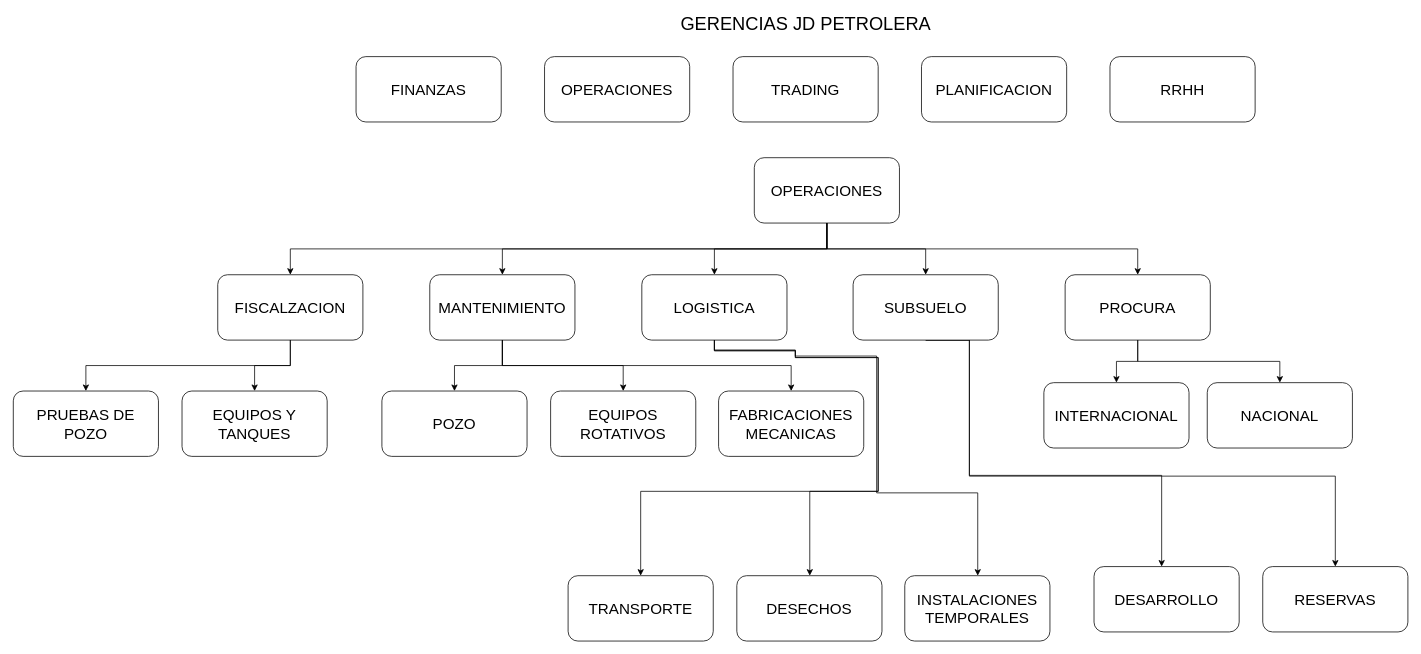
Before: page "OPS" (3 of 6) of estructura_jd_petrolera.drawio in joselara112/diagrams, a draw.io diagram. Source tidied: cells renumbered, new cells numbered last; positions are measured from the earlier drawing's top-left corner, leaving out a move shared by most shapes. Both pictures are drawn from the tidied source at 76%, with x=0, y=0 at pixel (13, 16).
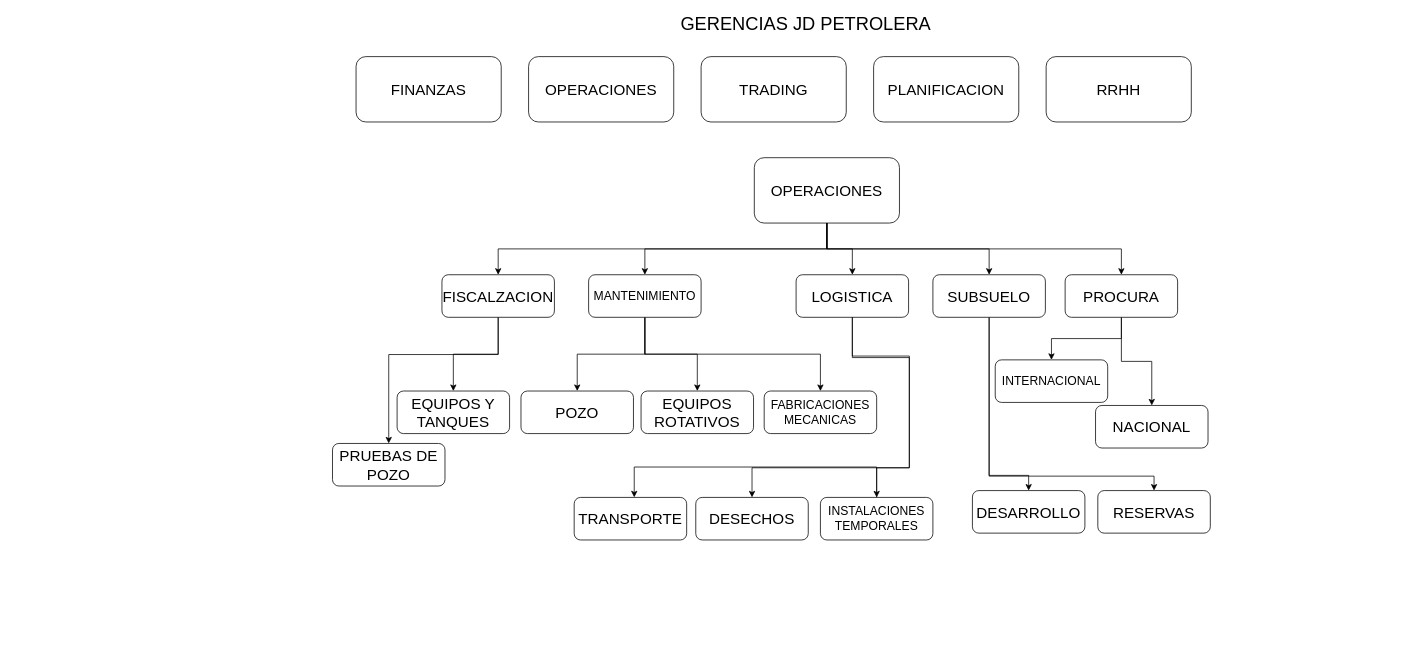
Above is the later version.

Change to the diagram source:
```diff
@@
-    <mxCell id="2" value="&lt;font style=&quot;font-size: 20px&quot;&gt;OPERACIONES&lt;/font&gt;" style="rounded=1;whiteSpace=wrap;html=1;" parent="1" vertex="1">
-      <mxGeometry x="699" y="53" width="191" height="86" as="geometry" />
-    </mxCell>
@@
-    <mxCell id="10" value="&lt;font style=&quot;font-size: 20px&quot;&gt;TRADING&lt;/font&gt;" style="rounded=1;whiteSpace=wrap;html=1;" parent="1" vertex="1">
-      <mxGeometry x="947" y="53" width="191" height="86" as="geometry" />
-    </mxCell>
-    <mxCell id="11" value="&lt;font style=&quot;font-size: 20px&quot;&gt;PLANIFICACION&lt;/font&gt;" style="rounded=1;whiteSpace=wrap;html=1;" parent="1" vertex="1">
-      <mxGeometry x="1195" y="53" width="191" height="86" as="geometry" />
-    </mxCell>
-    <mxCell id="12" value="&lt;font style=&quot;font-size: 20px&quot;&gt;RRHH&lt;/font&gt;" style="rounded=1;whiteSpace=wrap;html=1;" parent="1" vertex="1">
-      <mxGeometry x="1443" y="53" width="191" height="86" as="geometry" />
-    </mxCell>
@@
-    <mxCell id="17" value="&lt;font style=&quot;font-size: 20px&quot;&gt;MANTENIMIENTO&lt;/font&gt;" style="rounded=1;whiteSpace=wrap;html=1;" parent="1" vertex="1">
-      <mxGeometry x="548" y="340" width="191" height="86" as="geometry" />
+    <mxCell id="17" value="&lt;font style=&quot;font-size: 16px;&quot;&gt;MANTENIMIENTO&lt;/font&gt;" style="rounded=1;whiteSpace=wrap;html=1;labelBorderColor=none;fontSize=16;" parent="1" vertex="1">
+      <mxGeometry x="757" y="340" width="148" height="56" as="geometry" />
     </mxCell>
     <mxCell id="18" value="&lt;span style=&quot;font-size: 20px&quot;&gt;NACIONAL&lt;/span&gt;" style="rounded=1;whiteSpace=wrap;html=1;" parent="1" vertex="1">
-      <mxGeometry x="1571" y="482" width="191" height="86" as="geometry" />
+      <mxGeometry x="1424" y="512" width="148" height="56" as="geometry" />
     </mxCell>
     <mxCell id="19" value="&lt;font style=&quot;font-size: 20px&quot;&gt;LOGISTICA&lt;/font&gt;" style="rounded=1;whiteSpace=wrap;html=1;" parent="1" vertex="1">
-      <mxGeometry x="827" y="340" width="191" height="86" as="geometry" />
+      <mxGeometry x="1030" y="340" width="148" height="56" as="geometry" />
     </mxCell>
@@
     <mxCell id="21" value="&lt;font style=&quot;font-size: 20px&quot;&gt;PROCURA&lt;/font&gt;" style="rounded=1;whiteSpace=wrap;html=1;" parent="1" vertex="1">
-      <mxGeometry x="1384" y="340" width="191" height="86" as="geometry" />
+      <mxGeometry x="1384" y="340" width="148" height="56" as="geometry" />
     </mxCell>
-    <mxCell id="22" value="&lt;font style=&quot;font-size: 20px&quot;&gt;FINANZAS&lt;/font&gt;" style="rounded=1;whiteSpace=wrap;html=1;" parent="1" vertex="1">
-      <mxGeometry x="451" y="53" width="191" height="86" as="geometry" />
-    </mxCell>
     <mxCell id="23" style="edgeStyle=orthogonalEdgeStyle;rounded=0;jettySize=auto;html=1;exitX=0.5;exitY=1;exitDx=0;exitDy=0;" parent="1" edge="1" source="25" target="42">
-      <mxGeometry relative="1" as="geometry" />
+      <mxGeometry relative="1" as="geometry">
+        <Array as="points">
+          <mxPoint x="638" y="445" />
+          <mxPoint x="494" y="445" />
+        </Array>
+      </mxGeometry>
     </mxCell>
@@
     <mxCell id="25" value="&lt;font style=&quot;font-size: 20px&quot;&gt;FISCALZACION&lt;/font&gt;" style="rounded=1;whiteSpace=wrap;html=1;" parent="1" vertex="1">
-      <mxGeometry x="269" y="340" width="191" height="86" as="geometry" />
+      <mxGeometry x="564" y="340" width="148" height="56" as="geometry" />
     </mxCell>
     <mxCell id="26" style="edgeStyle=orthogonalEdgeStyle;rounded=0;jettySize=auto;html=1;exitX=0.5;exitY=1;exitDx=0;exitDy=0;" parent="1" edge="1" source="28" target="39">
       <mxGeometry relative="1" as="geometry">
         <Array as="points">
-          <mxPoint x="1258" y="604" />
-          <mxPoint x="1511" y="604" />
+          <mxPoint x="1284" y="604" />
+          <mxPoint x="1336" y="604" />
         </Array>
       </mxGeometry>
     </mxCell>
     <mxCell id="27" style="edgeStyle=orthogonalEdgeStyle;rounded=0;jettySize=auto;html=1;exitX=0.5;exitY=1;exitDx=0;exitDy=0;entryX=0.5;entryY=0;entryDx=0;entryDy=0;" parent="1" edge="1" source="28" target="40">
       <mxGeometry relative="1" as="geometry">
         <Array as="points">
-          <mxPoint x="1258" y="605" />
-          <mxPoint x="1740" y="605" />
+          <mxPoint x="1284" y="605" />
+          <mxPoint x="1501" y="605" />
         </Array>
       </mxGeometry>
     </mxCell>
     <mxCell id="28" value="&lt;span style=&quot;font-size: 20px&quot;&gt;SUBSUELO&lt;/span&gt;" style="rounded=1;whiteSpace=wrap;html=1;" parent="1" vertex="1">
-      <mxGeometry x="1105" y="340" width="191" height="86" as="geometry" />
+      <mxGeometry x="1210" y="340" width="148" height="56" as="geometry" />
     </mxCell>
-    <mxCell id="29" value="&lt;font style=&quot;font-size: 20px&quot;&gt;FABRICACIONES MECANICAS&lt;/font&gt;" style="rounded=1;whiteSpace=wrap;html=1;" parent="1" vertex="1">
-      <mxGeometry x="928" y="493" width="191" height="86" as="geometry" />
+    <mxCell id="29" value="&lt;font style=&quot;font-size: 16px;&quot;&gt;FABRICACIONES MECANICAS&lt;/font&gt;" style="rounded=1;whiteSpace=wrap;html=1;labelBorderColor=none;fontSize=16;" parent="1" vertex="1">
+      <mxGeometry x="988" y="493" width="148" height="56" as="geometry" />
     </mxCell>
     <mxCell id="30" value="&lt;font style=&quot;font-size: 20px&quot;&gt;EQUIPOS ROTATIVOS&lt;/font&gt;" style="rounded=1;whiteSpace=wrap;html=1;" parent="1" vertex="1">
-      <mxGeometry x="707" y="493" width="191" height="86" as="geometry" />
+      <mxGeometry x="826" y="493" width="148" height="56" as="geometry" />
     </mxCell>
     <mxCell id="31" value="&lt;font style=&quot;font-size: 20px&quot;&gt;POZO&lt;/font&gt;" style="rounded=1;whiteSpace=wrap;html=1;" parent="1" vertex="1">
-      <mxGeometry x="485" y="493" width="191" height="86" as="geometry" />
+      <mxGeometry x="668" y="493" width="148" height="56" as="geometry" />
     </mxCell>
-    <mxCell id="32" style="edgeStyle=orthogonalEdgeStyle;rounded=0;jettySize=auto;html=1;exitX=0.5;exitY=1;exitDx=0;exitDy=0;entryX=0.5;entryY=0;entryDx=0;entryDy=0;" parent="1" edge="1" source="19" target="37">
-      <mxGeometry relative="1" as="geometry">
-        <Array as="points">
-          <mxPoint x="923" y="440" />
-          <mxPoint x="1029" y="440" />
-          <mxPoint x="1029" y="449" />
-          <mxPoint x="1138" y="449" />
-          <mxPoint x="1138" y="625" />
-          <mxPoint x="826" y="625" />
-        </Array>
-      </mxGeometry>
-    </mxCell>
-    <mxCell id="33" style="edgeStyle=orthogonalEdgeStyle;rounded=0;jettySize=auto;html=1;exitX=0.5;exitY=1;exitDx=0;exitDy=0;" parent="1" edge="1" source="19" target="36">
+    <mxCell id="33" style="edgeStyle=orthogonalEdgeStyle;rounded=0;jettySize=auto;html=1;exitX=0.5;exitY=1;exitDx=0;exitDy=0;entryX=0.5;entryY=0;entryDx=0;entryDy=0;" parent="1" edge="1" source="19" target="36">
       <mxGeometry relative="1" as="geometry">
         <Array as="points">
-          <mxPoint x="923" y="440" />
-          <mxPoint x="1029" y="440" />
-          <mxPoint x="1029" y="449" />
-          <mxPoint x="1138" y="449" />
-          <mxPoint x="1138" y="625" />
-          <mxPoint x="1048" y="625" />
+          <mxPoint x="1104" y="449" />
+          <mxPoint x="1179" y="449" />
+          <mxPoint x="1179" y="594" />
+          <mxPoint x="972" y="594" />
         </Array>
       </mxGeometry>
     </mxCell>
-    <mxCell id="34" style="edgeStyle=orthogonalEdgeStyle;rounded=0;jettySize=auto;html=1;exitX=0.5;exitY=1;exitDx=0;exitDy=0;" parent="1" edge="1" source="19" target="35">
+    <mxCell id="34" style="edgeStyle=orthogonalEdgeStyle;rounded=0;jettySize=auto;html=1;exitX=0.5;exitY=1;exitDx=0;exitDy=0;entryX=0.5;entryY=0;entryDx=0;entryDy=0;" parent="1" edge="1" source="19" target="35">
       <mxGeometry relative="1" as="geometry">
         <Array as="points">
-          <mxPoint x="923" y="439" />
-          <mxPoint x="1029" y="439" />
-          <mxPoint x="1029" y="447" />
-          <mxPoint x="1136" y="447" />
-          <mxPoint x="1136" y="627" />
-          <mxPoint x="1269" y="627" />
+          <mxPoint x="1104" y="447" />
+          <mxPoint x="1179" y="447" />
+          <mxPoint x="1179" y="594" />
+          <mxPoint x="1136" y="594" />
         </Array>
       </mxGeometry>
     </mxCell>
+    <mxCell id="43" style="edgeStyle=orthogonalEdgeStyle;rounded=0;jettySize=auto;html=1;fontSize=16;entryX=0.534;entryY=-0.002;entryDx=0;entryDy=0;entryPerimeter=0;" parent="1" edge="1" source="35" target="37">
+      <mxGeometry relative="1" as="geometry">
+        <Array as="points">
+          <mxPoint x="1136" y="593" />
+          <mxPoint x="817" y="593" />
+        </Array>
+      </mxGeometry>
+    </mxCell>
-    <mxCell id="35" value="&lt;font style=&quot;font-size: 20px&quot;&gt;INSTALACIONES TEMPORALES&lt;/font&gt;" style="rounded=1;whiteSpace=wrap;html=1;" parent="1" vertex="1">
-      <mxGeometry x="1173" y="736" width="191" height="86" as="geometry" />
+    <mxCell id="35" value="&lt;font style=&quot;font-size: 16px;&quot;&gt;INSTALACIONES TEMPORALES&lt;/font&gt;" style="rounded=1;whiteSpace=wrap;html=1;labelBorderColor=none;fontSize=16;" parent="1" vertex="1">
+      <mxGeometry x="1062" y="633" width="148" height="56" as="geometry" />
     </mxCell>
     <mxCell id="36" value="&lt;font style=&quot;font-size: 20px&quot;&gt;DESECHOS&lt;/font&gt;" style="rounded=1;whiteSpace=wrap;html=1;" parent="1" vertex="1">
-      <mxGeometry x="952" y="736" width="191" height="86" as="geometry" />
+      <mxGeometry x="898" y="633" width="148" height="56" as="geometry" />
     </mxCell>
     <mxCell id="37" value="&lt;font style=&quot;font-size: 20px&quot;&gt;TRANSPORTE&lt;/font&gt;" style="rounded=1;whiteSpace=wrap;html=1;" parent="1" vertex="1">
-      <mxGeometry x="730" y="736" width="191" height="86" as="geometry" />
+      <mxGeometry x="738" y="633" width="148" height="56" as="geometry" />
     </mxCell>
-    <mxCell id="38" value="&lt;span style=&quot;font-size: 20px&quot;&gt;INTERNACIONAL&lt;/span&gt;" style="rounded=1;whiteSpace=wrap;html=1;" parent="1" vertex="1">
-      <mxGeometry x="1356" y="482" width="191" height="86" as="geometry" />
+    <mxCell id="38" value="&lt;span style=&quot;font-size: 16px;&quot;&gt;INTERNACIONAL&lt;/span&gt;" style="rounded=1;whiteSpace=wrap;html=1;labelBorderColor=none;fontSize=16;" parent="1" vertex="1">
+      <mxGeometry x="1292" y="452" width="148" height="56" as="geometry" />
     </mxCell>
     <mxCell id="39" value="&lt;span style=&quot;font-size: 20px&quot;&gt;DESARROLLO&lt;/span&gt;" style="rounded=1;whiteSpace=wrap;html=1;" parent="1" vertex="1">
-      <mxGeometry x="1422" y="724" width="191" height="86" as="geometry" />
+      <mxGeometry x="1262" y="624" width="148" height="56" as="geometry" />
     </mxCell>
     <mxCell id="40" value="&lt;span style=&quot;font-size: 20px&quot;&gt;RESERVAS&lt;/span&gt;" style="rounded=1;whiteSpace=wrap;html=1;" parent="1" vertex="1">
-      <mxGeometry x="1644" y="724" width="191" height="86" as="geometry" />
+      <mxGeometry x="1427" y="624" width="148" height="56" as="geometry" />
     </mxCell>
     <mxCell id="41" value="&lt;font style=&quot;font-size: 20px&quot;&gt;EQUIPOS Y TANQUES&lt;/font&gt;" style="rounded=1;whiteSpace=wrap;html=1;" parent="1" vertex="1">
-      <mxGeometry x="222" y="493" width="191" height="86" as="geometry" />
+      <mxGeometry x="505" y="493" width="148" height="56" as="geometry" />
     </mxCell>
     <mxCell id="42" value="&lt;font style=&quot;font-size: 20px&quot;&gt;PRUEBAS DE POZO&lt;/font&gt;" style="rounded=1;whiteSpace=wrap;html=1;" parent="1" vertex="1">
-      <mxGeometry y="493" width="191" height="86" as="geometry" />
+      <mxGeometry x="420" y="562" width="148" height="56" as="geometry" />
     </mxCell>
+    <mxCell id="2" value="&lt;font style=&quot;font-size: 20px&quot;&gt;OPERACIONES&lt;/font&gt;" style="rounded=1;whiteSpace=wrap;html=1;" parent="1" vertex="1">
+      <mxGeometry x="678" y="53" width="191" height="86" as="geometry" />
+    </mxCell>
+    <mxCell id="22" value="&lt;font style=&quot;font-size: 20px&quot;&gt;FINANZAS&lt;/font&gt;" style="rounded=1;whiteSpace=wrap;html=1;" parent="1" vertex="1">
+      <mxGeometry x="451" y="53" width="191" height="86" as="geometry" />
+    </mxCell>
+    <mxCell id="10" value="&lt;font style=&quot;font-size: 20px&quot;&gt;TRADING&lt;/font&gt;" style="rounded=1;whiteSpace=wrap;html=1;" parent="1" vertex="1">
+      <mxGeometry x="905" y="53" width="191" height="86" as="geometry" />
+    </mxCell>
+    <mxCell id="11" value="&lt;font style=&quot;font-size: 20px&quot;&gt;PLANIFICACION&lt;/font&gt;" style="rounded=1;whiteSpace=wrap;html=1;" parent="1" vertex="1">
+      <mxGeometry x="1132" y="53" width="191" height="86" as="geometry" />
+    </mxCell>
+    <mxCell id="12" value="&lt;font style=&quot;font-size: 20px&quot;&gt;RRHH&lt;/font&gt;" style="rounded=1;whiteSpace=wrap;html=1;" parent="1" vertex="1">
+      <mxGeometry x="1359" y="53" width="191" height="86" as="geometry" />
+    </mxCell>
```
